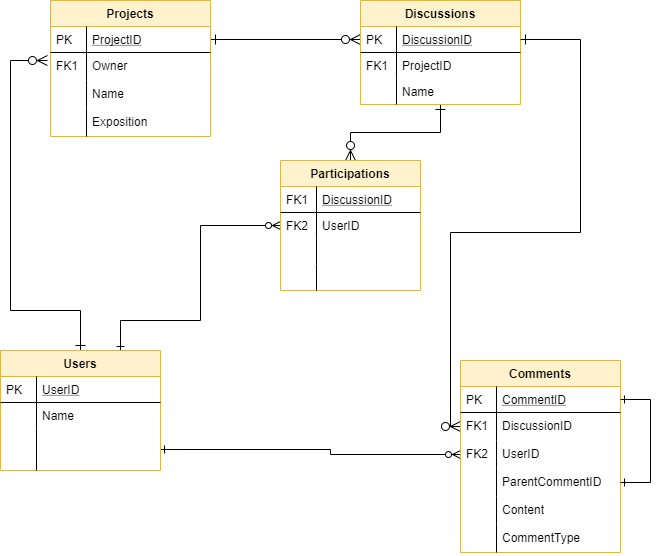
Before: design/0.1.0/erd.png, a diagram exported from draw.io (thesecondassaf/polymathhub.com). Source tidied: cells renumbered, new cells last; positions are measured from the earlier drawing's top-left corner, leaving out a move shared by most shapes.
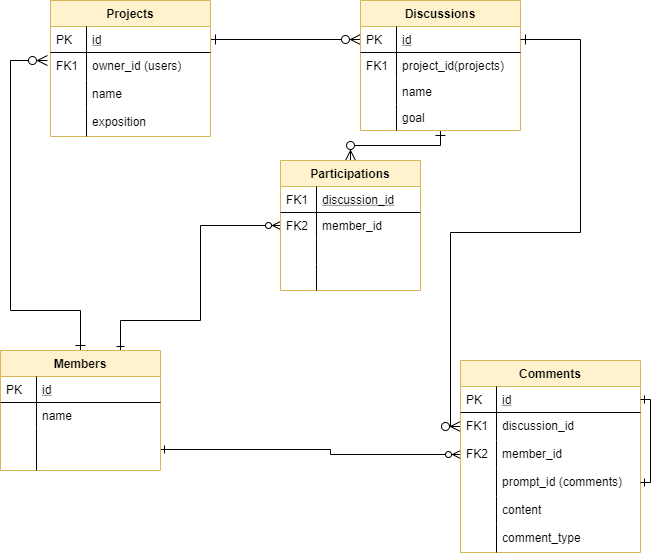
After the change.

Commit message:
added comments model with migration

The edit, as a diff of the source:
```diff
@@ -9,48 +9,54 @@
       <mxGeometry relative="1" as="geometry" />
     </mxCell>
     <mxCell id="4" value="Discussions" style="swimlane;fontStyle=1;horizontal=1;startSize=26;rounded=0;shadow=0;strokeWidth=1;fillColor=#fff2cc;strokeColor=#d6b656;" parent="1" vertex="1">
-      <mxGeometry x="360" width="160" height="104" as="geometry" />
+      <mxGeometry x="360" width="160" height="130" as="geometry" />
     </mxCell>
-    <mxCell id="5" value="DiscussionID" style="shape=partialRectangle;top=0;left=0;right=0;bottom=1;align=left;verticalAlign=top;fillColor=none;spacingLeft=40;spacingRight=4;overflow=hidden;points=[[0,0.5],[1,0.5]];portConstraint=eastwest;rounded=0;shadow=0;strokeWidth=1;fontStyle=4;" parent="4" vertex="1">
+    <mxCell id="5" value="id" style="shape=partialRectangle;top=0;left=0;right=0;bottom=1;align=left;verticalAlign=top;fillColor=none;spacingLeft=40;spacingRight=4;overflow=hidden;points=[[0,0.5],[1,0.5]];portConstraint=eastwest;rounded=0;shadow=0;strokeWidth=1;fontStyle=4;" parent="4" vertex="1">
       <mxGeometry y="26" width="160" height="26" as="geometry" />
     </mxCell>
     <mxCell id="6" value="PK" style="shape=partialRectangle;top=0;left=0;bottom=0;fillColor=none;align=left;verticalAlign=top;spacingLeft=4;spacingRight=4;overflow=hidden;" parent="5" vertex="1">
       <mxGeometry width="36" height="26" as="geometry" />
     </mxCell>
-    <mxCell id="7" value="ProjectID" style="shape=partialRectangle;top=0;left=0;right=0;bottom=0;align=left;verticalAlign=top;fillColor=none;spacingLeft=40;spacingRight=4;overflow=hidden;rounded=0;shadow=0;strokeWidth=1;" parent="4" vertex="1">
+    <mxCell id="7" value="project_id(projects)" style="shape=partialRectangle;top=0;left=0;right=0;bottom=0;align=left;verticalAlign=top;fillColor=none;spacingLeft=40;spacingRight=4;overflow=hidden;rounded=0;shadow=0;strokeWidth=1;" parent="4" vertex="1">
       <mxGeometry y="52" width="160" height="26" as="geometry" />
     </mxCell>
     <mxCell id="8" value="FK1" style="shape=partialRectangle;top=0;left=0;bottom=0;fillColor=none;align=left;verticalAlign=top;spacingLeft=4;spacingRight=4;overflow=hidden;" parent="7" vertex="1">
       <mxGeometry width="36" height="26" as="geometry" />
     </mxCell>
-    <mxCell id="9" value="Name" style="shape=partialRectangle;top=0;left=0;right=0;bottom=0;align=left;verticalAlign=top;fillColor=none;spacingLeft=40;spacingRight=4;overflow=hidden;rounded=0;shadow=0;strokeWidth=1;" parent="4" vertex="1">
+    <mxCell id="9" value="name" style="shape=partialRectangle;top=0;left=0;right=0;bottom=0;align=left;verticalAlign=top;fillColor=none;spacingLeft=40;spacingRight=4;overflow=hidden;rounded=0;shadow=0;strokeWidth=1;" parent="4" vertex="1">
       <mxGeometry y="78" width="160" height="26" as="geometry" />
     </mxCell>
     <mxCell id="10" style="shape=partialRectangle;top=0;left=0;bottom=0;fillColor=none;align=left;verticalAlign=top;spacingLeft=4;spacingRight=4;overflow=hidden;" parent="9" vertex="1">
       <mxGeometry width="36" height="26" as="geometry" />
     </mxCell>
+    <mxCell id="54" value="goal" style="shape=partialRectangle;top=0;left=0;right=0;bottom=0;align=left;verticalAlign=top;fillColor=none;spacingLeft=40;spacingRight=4;overflow=hidden;rounded=0;shadow=0;strokeWidth=1;" parent="4" vertex="1">
+      <mxGeometry y="104" width="160" height="26" as="geometry" />
+    </mxCell>
+    <mxCell id="55" style="shape=partialRectangle;top=0;left=0;bottom=0;fillColor=none;align=left;verticalAlign=top;spacingLeft=4;spacingRight=4;overflow=hidden;" parent="54" vertex="1">
+      <mxGeometry width="36" height="26" as="geometry" />
+    </mxCell>
     <mxCell id="11" value="Projects" style="swimlane;fontStyle=1;horizontal=1;startSize=26;rounded=0;shadow=0;strokeWidth=1;fillColor=#fff2cc;strokeColor=#d6b656;" parent="1" vertex="1">
       <mxGeometry x="50" width="160" height="136" as="geometry" />
     </mxCell>
-    <mxCell id="12" value="ProjectID" style="shape=partialRectangle;top=0;left=0;right=0;bottom=1;align=left;verticalAlign=top;fillColor=none;spacingLeft=40;spacingRight=4;overflow=hidden;points=[[0,0.5],[1,0.5]];portConstraint=eastwest;rounded=0;shadow=0;strokeWidth=1;fontStyle=4;" parent="11" vertex="1">
+    <mxCell id="12" value="id" style="shape=partialRectangle;top=0;left=0;right=0;bottom=1;align=left;verticalAlign=top;fillColor=none;spacingLeft=40;spacingRight=4;overflow=hidden;points=[[0,0.5],[1,0.5]];portConstraint=eastwest;rounded=0;shadow=0;strokeWidth=1;fontStyle=4;" parent="11" vertex="1">
       <mxGeometry y="26" width="160" height="26" as="geometry" />
     </mxCell>
     <mxCell id="13" value="PK" style="shape=partialRectangle;top=0;left=0;bottom=0;fillColor=none;align=left;verticalAlign=top;spacingLeft=4;spacingRight=4;overflow=hidden;" parent="12" vertex="1">
       <mxGeometry width="36" height="26" as="geometry" />
     </mxCell>
-    <mxCell id="14" value="Owner&#10;&#10;" style="shape=partialRectangle;top=0;left=0;right=0;bottom=0;align=left;verticalAlign=top;fillColor=none;spacingLeft=40;spacingRight=4;overflow=hidden;points=[[0,0.5],[1,0.5]];portConstraint=eastwest;rounded=0;shadow=0;strokeWidth=1;" parent="11" vertex="1">
+    <mxCell id="14" value="owner_id (users)" style="shape=partialRectangle;top=0;left=0;right=0;bottom=0;align=left;verticalAlign=top;fillColor=none;spacingLeft=40;spacingRight=4;overflow=hidden;points=[[0,0.5],[1,0.5]];portConstraint=eastwest;rounded=0;shadow=0;strokeWidth=1;" parent="11" vertex="1">
       <mxGeometry y="52" width="160" height="28" as="geometry" />
     </mxCell>
     <mxCell id="15" value="FK1" style="shape=partialRectangle;top=0;left=0;bottom=0;fillColor=none;align=left;verticalAlign=top;spacingLeft=4;spacingRight=4;overflow=hidden;" parent="14" vertex="1">
       <mxGeometry width="36" height="28" as="geometry" />
     </mxCell>
-    <mxCell id="16" value="Name" style="shape=partialRectangle;top=0;left=0;right=0;bottom=0;align=left;verticalAlign=top;fillColor=none;spacingLeft=40;spacingRight=4;overflow=hidden;rounded=0;shadow=0;strokeWidth=1;" parent="11" vertex="1">
+    <mxCell id="16" value="name" style="shape=partialRectangle;top=0;left=0;right=0;bottom=0;align=left;verticalAlign=top;fillColor=none;spacingLeft=40;spacingRight=4;overflow=hidden;rounded=0;shadow=0;strokeWidth=1;" parent="11" vertex="1">
       <mxGeometry y="80" width="160" height="28" as="geometry" />
     </mxCell>
     <mxCell id="17" style="shape=partialRectangle;top=0;left=0;bottom=0;fillColor=none;align=left;verticalAlign=top;spacingLeft=4;spacingRight=4;overflow=hidden;" parent="16" vertex="1">
       <mxGeometry width="36" height="28" as="geometry" />
     </mxCell>
-    <mxCell id="18" value="Exposition" style="shape=partialRectangle;top=0;left=0;right=0;bottom=0;align=left;verticalAlign=top;fillColor=none;spacingLeft=40;spacingRight=4;overflow=hidden;rounded=0;shadow=0;strokeWidth=1;" parent="11" vertex="1">
+    <mxCell id="18" value="exposition" style="shape=partialRectangle;top=0;left=0;right=0;bottom=0;align=left;verticalAlign=top;fillColor=none;spacingLeft=40;spacingRight=4;overflow=hidden;rounded=0;shadow=0;strokeWidth=1;" parent="11" vertex="1">
       <mxGeometry y="108" width="160" height="28" as="geometry" />
     </mxCell>
     <mxCell id="19" style="shape=partialRectangle;top=0;left=0;bottom=0;fillColor=none;align=left;verticalAlign=top;spacingLeft=4;spacingRight=4;overflow=hidden;" parent="18" vertex="1">
@@ -77,13 +83,13 @@
     <mxCell id="22" value="Participations" style="swimlane;fontStyle=1;horizontal=1;startSize=26;rounded=0;shadow=0;strokeWidth=1;fillColor=#fff2cc;strokeColor=#d6b656;" parent="1" vertex="1">
       <mxGeometry x="280" y="160" width="140" height="130" as="geometry" />
     </mxCell>
-    <mxCell id="23" value="DiscussionID" style="shape=partialRectangle;top=0;left=0;right=0;bottom=1;align=left;verticalAlign=top;fillColor=none;spacingLeft=40;spacingRight=4;overflow=hidden;rounded=0;shadow=0;strokeWidth=1;fontStyle=4;" parent="22" vertex="1">
+    <mxCell id="23" value="discussion_id" style="shape=partialRectangle;top=0;left=0;right=0;bottom=1;align=left;verticalAlign=top;fillColor=none;spacingLeft=40;spacingRight=4;overflow=hidden;rounded=0;shadow=0;strokeWidth=1;fontStyle=4;" parent="22" vertex="1">
       <mxGeometry y="26" width="140" height="26" as="geometry" />
     </mxCell>
     <mxCell id="24" value="FK1" style="shape=partialRectangle;top=0;left=0;bottom=0;fillColor=none;align=left;verticalAlign=top;spacingLeft=4;spacingRight=4;overflow=hidden;" parent="23" vertex="1">
       <mxGeometry width="36" height="26" as="geometry" />
     </mxCell>
-    <mxCell id="25" value="UserID" style="shape=partialRectangle;top=0;left=0;right=0;bottom=0;align=left;verticalAlign=top;fillColor=none;spacingLeft=40;spacingRight=4;overflow=hidden;points=[[0,0.5],[1,0.5]];portConstraint=eastwest;rounded=0;shadow=0;strokeWidth=1;" parent="22" vertex="1">
+    <mxCell id="25" value="member_id" style="shape=partialRectangle;top=0;left=0;right=0;bottom=0;align=left;verticalAlign=top;fillColor=none;spacingLeft=40;spacingRight=4;overflow=hidden;points=[[0,0.5],[1,0.5]];portConstraint=eastwest;rounded=0;shadow=0;strokeWidth=1;" parent="22" vertex="1">
       <mxGeometry y="52" width="140" height="26" as="geometry" />
     </mxCell>
     <mxCell id="26" value="FK2" style="shape=partialRectangle;top=0;left=0;bottom=0;fillColor=none;align=left;verticalAlign=top;spacingLeft=4;spacingRight=4;overflow=hidden;" parent="25" vertex="1">
@@ -119,16 +125,16 @@
         </Array>
       </mxGeometry>
     </mxCell>
-    <mxCell id="33" value="Users" style="swimlane;fontStyle=1;horizontal=1;startSize=26;rounded=0;shadow=0;strokeWidth=1;fillColor=#fff2cc;strokeColor=#d6b656;" parent="1" vertex="1">
+    <mxCell id="33" value="Members" style="swimlane;fontStyle=1;horizontal=1;startSize=26;rounded=0;shadow=0;strokeWidth=1;fillColor=#fff2cc;strokeColor=#d6b656;" parent="1" vertex="1">
       <mxGeometry y="350" width="160" height="120" as="geometry" />
     </mxCell>
-    <mxCell id="34" value="UserID" style="shape=partialRectangle;top=0;left=0;right=0;bottom=1;align=left;verticalAlign=top;fillColor=none;spacingLeft=40;spacingRight=4;overflow=hidden;rounded=0;shadow=0;strokeWidth=1;fontStyle=4;" parent="33" vertex="1">
+    <mxCell id="34" value="id" style="shape=partialRectangle;top=0;left=0;right=0;bottom=1;align=left;verticalAlign=top;fillColor=none;spacingLeft=40;spacingRight=4;overflow=hidden;rounded=0;shadow=0;strokeWidth=1;fontStyle=4;" parent="33" vertex="1">
       <mxGeometry y="26" width="160" height="26" as="geometry" />
     </mxCell>
     <mxCell id="35" value="PK" style="shape=partialRectangle;top=0;left=0;bottom=0;fillColor=none;align=left;verticalAlign=top;spacingLeft=4;spacingRight=4;overflow=hidden;" parent="34" vertex="1">
       <mxGeometry width="36" height="26" as="geometry" />
     </mxCell>
-    <mxCell id="36" value="Name" style="shape=partialRectangle;top=0;left=0;right=0;bottom=0;align=left;verticalAlign=top;fillColor=none;spacingLeft=40;spacingRight=4;overflow=hidden;rounded=0;shadow=0;strokeWidth=1;" parent="33" vertex="1">
+    <mxCell id="36" value="name" style="shape=partialRectangle;top=0;left=0;right=0;bottom=0;align=left;verticalAlign=top;fillColor=none;spacingLeft=40;spacingRight=4;overflow=hidden;rounded=0;shadow=0;strokeWidth=1;" parent="33" vertex="1">
       <mxGeometry y="52" width="160" height="26" as="geometry" />
     </mxCell>
     <mxCell id="37" style="shape=partialRectangle;top=0;left=0;bottom=0;fillColor=none;align=left;verticalAlign=top;spacingLeft=4;spacingRight=4;overflow=hidden;" parent="36" vertex="1">
@@ -141,40 +147,40 @@
       <mxGeometry width="36" height="42" as="geometry" />
     </mxCell>
     <mxCell id="40" value="Comments" style="swimlane;fontStyle=1;horizontal=1;startSize=26;rounded=0;shadow=0;strokeWidth=1;fillColor=#fff2cc;strokeColor=#d6b656;" parent="1" vertex="1">
-      <mxGeometry x="460" y="360" width="160" height="192" as="geometry" />
+      <mxGeometry x="460" y="360" width="180" height="192" as="geometry" />
     </mxCell>
-    <mxCell id="41" value="CommentID" style="shape=partialRectangle;top=0;left=0;right=0;bottom=1;align=left;verticalAlign=top;fillColor=none;spacingLeft=40;spacingRight=4;overflow=hidden;points=[[0,0.5],[1,0.5]];portConstraint=eastwest;rounded=0;shadow=0;strokeWidth=1;fontStyle=4;" parent="40" vertex="1">
-      <mxGeometry y="26" width="160" height="26" as="geometry" />
+    <mxCell id="41" value="id" style="shape=partialRectangle;top=0;left=0;right=0;bottom=1;align=left;verticalAlign=top;fillColor=none;spacingLeft=40;spacingRight=4;overflow=hidden;points=[[0,0.5],[1,0.5]];portConstraint=eastwest;rounded=0;shadow=0;strokeWidth=1;fontStyle=4;" parent="40" vertex="1">
+      <mxGeometry y="26" width="180" height="26" as="geometry" />
     </mxCell>
     <mxCell id="42" value="PK" style="shape=partialRectangle;top=0;left=0;bottom=0;fillColor=none;align=left;verticalAlign=top;spacingLeft=4;spacingRight=4;overflow=hidden;" parent="41" vertex="1">
       <mxGeometry width="36" height="26" as="geometry" />
     </mxCell>
-    <mxCell id="43" value="DiscussionID" style="shape=partialRectangle;top=0;left=0;right=0;bottom=0;align=left;verticalAlign=top;fillColor=none;spacingLeft=40;spacingRight=4;overflow=hidden;points=[[0,0.5],[1,0.5]];portConstraint=eastwest;rounded=0;shadow=0;strokeWidth=1;" parent="40" vertex="1">
-      <mxGeometry y="52" width="160" height="28" as="geometry" />
+    <mxCell id="43" value="discussion_id" style="shape=partialRectangle;top=0;left=0;right=0;bottom=0;align=left;verticalAlign=top;fillColor=none;spacingLeft=40;spacingRight=4;overflow=hidden;points=[[0,0.5],[1,0.5]];portConstraint=eastwest;rounded=0;shadow=0;strokeWidth=1;" parent="40" vertex="1">
+      <mxGeometry y="52" width="180" height="28" as="geometry" />
     </mxCell>
     <mxCell id="44" value="FK1" style="shape=partialRectangle;top=0;left=0;bottom=0;fillColor=none;align=left;verticalAlign=top;spacingLeft=4;spacingRight=4;overflow=hidden;" parent="43" vertex="1">
       <mxGeometry width="36" height="28" as="geometry" />
     </mxCell>
-    <mxCell id="45" value="UserID" style="shape=partialRectangle;top=0;left=0;right=0;bottom=0;align=left;verticalAlign=top;fillColor=none;spacingLeft=40;spacingRight=4;overflow=hidden;points=[[0,0.5],[1,0.5]];portConstraint=eastwest;rounded=0;shadow=0;strokeWidth=1;" parent="40" vertex="1">
-      <mxGeometry y="80" width="160" height="28" as="geometry" />
+    <mxCell id="45" value="member_id" style="shape=partialRectangle;top=0;left=0;right=0;bottom=0;align=left;verticalAlign=top;fillColor=none;spacingLeft=40;spacingRight=4;overflow=hidden;points=[[0,0.5],[1,0.5]];portConstraint=eastwest;rounded=0;shadow=0;strokeWidth=1;" parent="40" vertex="1">
+      <mxGeometry y="80" width="180" height="28" as="geometry" />
     </mxCell>
     <mxCell id="46" value="FK2" style="shape=partialRectangle;top=0;left=0;bottom=0;fillColor=none;align=left;verticalAlign=top;spacingLeft=4;spacingRight=4;overflow=hidden;" parent="45" vertex="1">
       <mxGeometry width="36" height="28" as="geometry" />
     </mxCell>
-    <mxCell id="47" value="ParentCommentID" style="shape=partialRectangle;top=0;left=0;right=0;bottom=0;align=left;verticalAlign=top;fillColor=none;spacingLeft=40;spacingRight=4;overflow=hidden;points=[[0,0.5],[1,0.5]];portConstraint=eastwest;rounded=0;shadow=0;strokeWidth=1;" parent="40" vertex="1">
-      <mxGeometry y="108" width="160" height="28" as="geometry" />
+    <mxCell id="47" value="prompt_id (comments)&#10;" style="shape=partialRectangle;top=0;left=0;right=0;bottom=0;align=left;verticalAlign=top;fillColor=none;spacingLeft=40;spacingRight=4;overflow=hidden;points=[[0,0.5],[1,0.5]];portConstraint=eastwest;rounded=0;shadow=0;strokeWidth=1;" parent="40" vertex="1">
+      <mxGeometry y="108" width="180" height="28" as="geometry" />
     </mxCell>
     <mxCell id="48" style="shape=partialRectangle;top=0;left=0;bottom=0;fillColor=none;align=left;verticalAlign=top;spacingLeft=4;spacingRight=4;overflow=hidden;" parent="47" vertex="1">
       <mxGeometry width="36" height="28" as="geometry" />
     </mxCell>
-    <mxCell id="49" value="Content" style="shape=partialRectangle;top=0;left=0;right=0;bottom=0;align=left;verticalAlign=top;fillColor=none;spacingLeft=40;spacingRight=4;overflow=hidden;rounded=0;shadow=0;strokeWidth=1;" parent="40" vertex="1">
-      <mxGeometry y="136" width="160" height="28" as="geometry" />
+    <mxCell id="49" value="content" style="shape=partialRectangle;top=0;left=0;right=0;bottom=0;align=left;verticalAlign=top;fillColor=none;spacingLeft=40;spacingRight=4;overflow=hidden;rounded=0;shadow=0;strokeWidth=1;" parent="40" vertex="1">
+      <mxGeometry y="136" width="180" height="28" as="geometry" />
     </mxCell>
     <mxCell id="50" style="shape=partialRectangle;top=0;left=0;bottom=0;fillColor=none;align=left;verticalAlign=top;spacingLeft=4;spacingRight=4;overflow=hidden;" parent="49" vertex="1">
       <mxGeometry width="36" height="28" as="geometry" />
     </mxCell>
-    <mxCell id="51" value="CommentType" style="shape=partialRectangle;top=0;left=0;right=0;bottom=0;align=left;verticalAlign=top;fillColor=none;spacingLeft=40;spacingRight=4;overflow=hidden;rounded=0;shadow=0;strokeWidth=1;" parent="40" vertex="1">
-      <mxGeometry y="164" width="160" height="28" as="geometry" />
+    <mxCell id="51" value="comment_type" style="shape=partialRectangle;top=0;left=0;right=0;bottom=0;align=left;verticalAlign=top;fillColor=none;spacingLeft=40;spacingRight=4;overflow=hidden;rounded=0;shadow=0;strokeWidth=1;" parent="40" vertex="1">
+      <mxGeometry y="164" width="180" height="28" as="geometry" />
     </mxCell>
     <mxCell id="52" style="shape=partialRectangle;top=0;left=0;bottom=0;fillColor=none;align=left;verticalAlign=top;spacingLeft=4;spacingRight=4;overflow=hidden;" parent="51" vertex="1">
       <mxGeometry width="36" height="28" as="geometry" />
```
